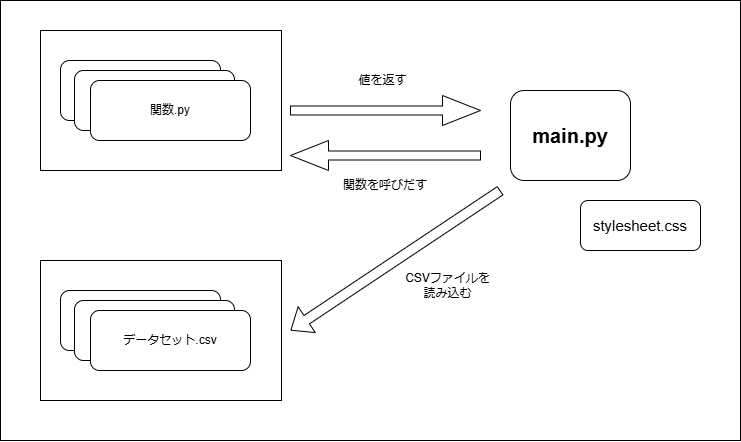
This is fig/page_system.png from muse-studio/muselab-pblproject-template, a draw.io export, as it was before one commit. Source tidied: cells renumbered, new cells last; positions are measured from the earlier drawing's top-left corner, leaving out a move shared by most shapes.
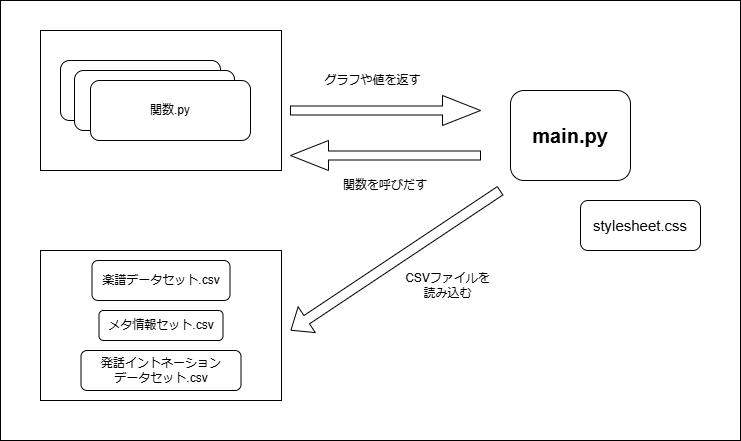
The same diagram one commit later.

What changed in the source:
```diff
@@ -6,16 +6,16 @@
       <mxGeometry width="740" height="440" as="geometry" />
     </mxCell>
     <mxCell id="3" style="rounded=0;whiteSpace=wrap;html=1;fillColor=none;" parent="1" vertex="1">
-      <mxGeometry x="40" y="260" width="241" height="140" as="geometry" />
+      <mxGeometry x="40" y="250" width="241" height="150" as="geometry" />
     </mxCell>
     <mxCell id="4" value="発話イントネーション&lt;br&gt;データセット.csv" style="rounded=1;whiteSpace=wrap;html=1;" parent="1" vertex="1">
-      <mxGeometry x="60" y="290" width="160" height="60" as="geometry" />
+      <mxGeometry x="80.5" y="350" width="160" height="40" as="geometry" />
     </mxCell>
-    <mxCell id="5" value="データセット.csv" style="rounded=1;whiteSpace=wrap;html=1;" parent="1" vertex="1">
-      <mxGeometry x="74" y="300" width="160" height="60" as="geometry" />
+    <mxCell id="5" value="メタ情報セット.csv" style="rounded=1;whiteSpace=wrap;html=1;" parent="1" vertex="1">
+      <mxGeometry x="98.5" y="310" width="124" height="30" as="geometry" />
     </mxCell>
-    <mxCell id="6" value="データセット.csv" style="rounded=1;whiteSpace=wrap;html=1;" parent="1" vertex="1">
-      <mxGeometry x="90" y="310" width="160" height="60" as="geometry" />
+    <mxCell id="6" value="楽譜データセット.csv" style="rounded=1;whiteSpace=wrap;html=1;" parent="1" vertex="1">
+      <mxGeometry x="91.5" y="260" width="138" height="40" as="geometry" />
     </mxCell>
     <mxCell id="7" value="&lt;font style=&quot;font-size: 20px;&quot;&gt;&lt;b&gt;main.py&lt;/b&gt;&lt;/font&gt;" style="rounded=1;whiteSpace=wrap;html=1;" parent="1" vertex="1">
       <mxGeometry x="510" y="90" width="120" height="90" as="geometry" />
@@ -41,8 +41,8 @@
     <mxCell id="14" style="shape=singleArrow;direction=west;whiteSpace=wrap;html=1;" parent="1" vertex="1">
       <mxGeometry x="290" y="140" width="190" height="30" as="geometry" />
     </mxCell>
-    <mxCell id="15" value="値を返す" style="text;html=1;align=center;verticalAlign=middle;whiteSpace=wrap;rounded=0;" parent="1" vertex="1">
-      <mxGeometry x="340" y="65" width="85" height="30" as="geometry" />
+    <mxCell id="15" value="グラフや値を返す" style="text;html=1;align=center;verticalAlign=middle;whiteSpace=wrap;rounded=0;" parent="1" vertex="1">
+      <mxGeometry x="320" y="65" width="105" height="30" as="geometry" />
     </mxCell>
     <mxCell id="16" value="関数を呼びだす" style="text;html=1;align=center;verticalAlign=middle;whiteSpace=wrap;rounded=0;" parent="1" vertex="1">
       <mxGeometry x="325" y="170" width="120" height="30" as="geometry" />
```
